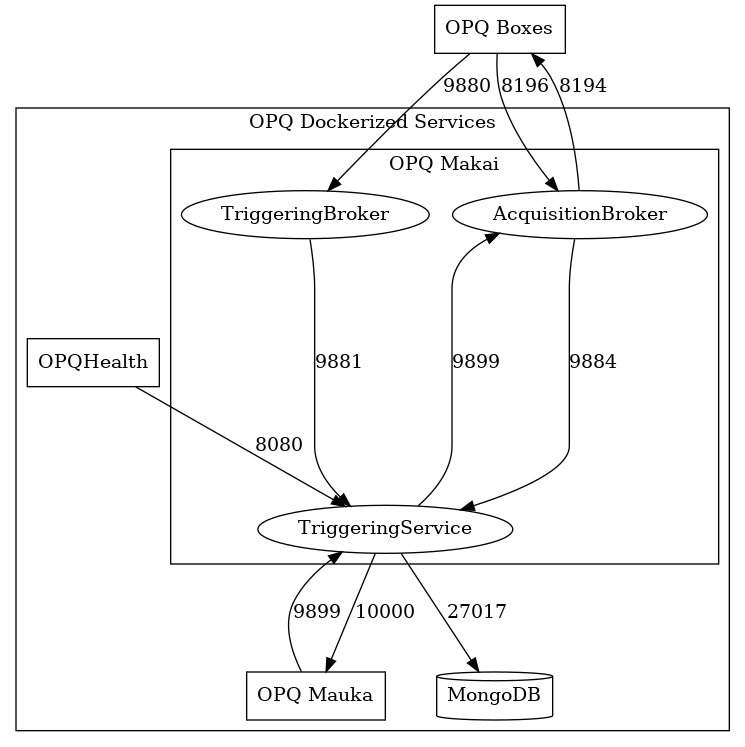
openpowerquality/opq keeps this Graphviz diagram as makai/makai.png. Above is the earlier version. Its source is kept beside it as makai/makai.dot.
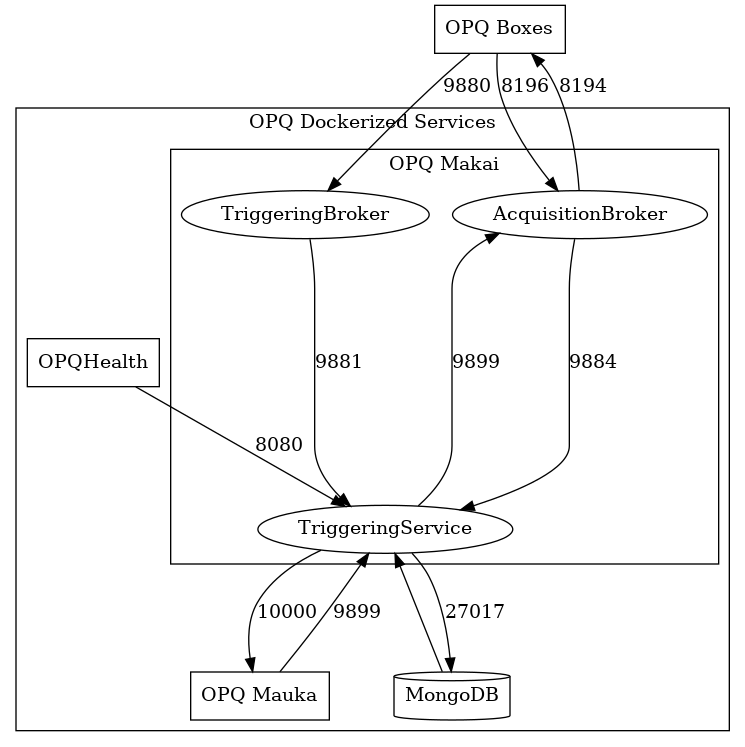
The same diagram one commit later.

Commit message:
Update diagrams and dockerfile

What changed in the source:
```diff
@@ -20,8 +20,12 @@
     AcquisitionBroker -> TriggeringService [label=9884]
 
     TriggeringService -> OPQMauka [label=10000]
+
     OPQMauka -> TriggeringService [label=9899]
+
     TriggeringService -> MongoDB [label=27017]
+    MongoDB -> TriggeringService
+
     TriggeringService -> AcquisitionBroker [label=9899]
 
     OPQBoxes -> TriggeringBroker [label=9880]
```
